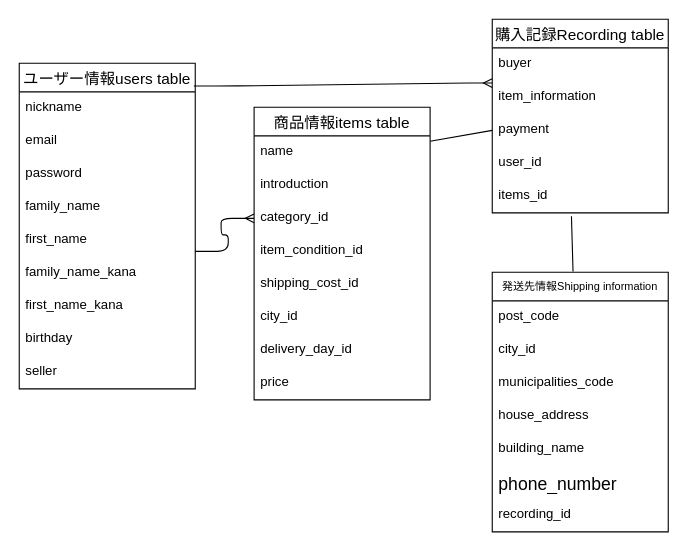
The draw.io diagram ER.dio in yuri050/furima-37329, before the edit. Source tidied: cells renumbered, new cells numbered last; positions are measured from the earlier drawing's top-left corner, leaving out a move shared by most shapes. Both pictures are drawn from the tidied source at 110%, with x=0, y=0 at pixel (19, 19).
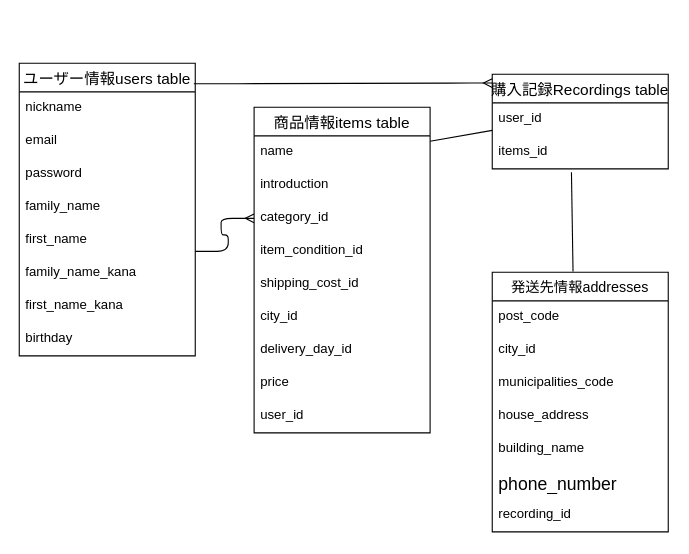
Above is the later version.

Commit message (it also covers changes not shown here):
データベース設計 #3 （修正３

The change refers to these unchanged cells:
```xml
<mxCell id="13" value="name" style="text;strokeColor=none;fillColor=none;spacingLeft=4;spacingRight=4;overflow=hidden;points=[[0,0.5],[1,0.5]];portConstraint=eastwest;fontSize=12;" parent="12" vertex="1">
  <mxGeometry y="26" width="160" height="30" as="geometry" />
</mxCell>
```

What changed in the source:
```diff
@@
     <mxCell id="2" value="ユーザー情報users table" style="swimlane;fontStyle=0;horizontal=1;startSize=26;align=center;fontSize=14;" parent="1" vertex="1">
-      <mxGeometry y="40" width="160" height="296" as="geometry" />
+      <mxGeometry y="40" width="160" height="266" as="geometry" />
     </mxCell>
@@
-    <mxCell id="11" value="seller" style="text;strokeColor=none;fillColor=none;spacingLeft=4;spacingRight=4;overflow=hidden;fontSize=12;" parent="2" vertex="1">
-      <mxGeometry y="266" width="160" height="30" as="geometry" />
-    </mxCell>
     <mxCell id="12" value="商品情報items table" style="swimlane;fontStyle=0;horizontal=1;startSize=26;align=center;fontSize=14;" parent="1" vertex="1">
-      <mxGeometry x="213.5" y="80" width="160" height="266" as="geometry" />
+      <mxGeometry x="213.5" y="80" width="160" height="296" as="geometry" />
     </mxCell>
@@
+    <mxCell id="39" value="user_id" style="text;strokeColor=none;fillColor=none;spacingLeft=4;spacingRight=4;overflow=hidden;fontSize=12;" parent="12" vertex="1">
+      <mxGeometry y="266" width="160" height="30" as="geometry" />
+    </mxCell>
-    <mxCell id="21" value="購入記録Recording table" style="swimlane;fontStyle=0;horizontal=1;startSize=26;align=center;fontSize=14;" parent="1" vertex="1">
-      <mxGeometry x="430" width="160" height="176" as="geometry" />
+    <mxCell id="21" value="購入記録Recordings table" style="swimlane;fontStyle=0;horizontal=1;startSize=26;align=center;fontSize=14;" parent="1" vertex="1">
+      <mxGeometry x="430" y="50" width="160" height="86" as="geometry" />
     </mxCell>
-    <mxCell id="22" value="buyer" style="text;strokeColor=none;fillColor=none;spacingLeft=4;spacingRight=4;overflow=hidden;fontSize=12;" parent="21" vertex="1">
-      <mxGeometry y="26" width="160" height="30" as="geometry" />
-    </mxCell>
-    <mxCell id="23" value="item_information" style="text;strokeColor=none;fillColor=none;spacingLeft=4;spacingRight=4;overflow=hidden;fontSize=12;" parent="21" vertex="1">
-      <mxGeometry y="56" width="160" height="30" as="geometry" />
-    </mxCell>
-    <mxCell id="24" value="payment" style="text;strokeColor=none;fillColor=none;spacingLeft=4;spacingRight=4;overflow=hidden;points=[[0,0.5],[1,0.5]];portConstraint=eastwest;fontSize=12;" parent="21" vertex="1">
-      <mxGeometry y="86" width="160" height="30" as="geometry" />
-    </mxCell>
     <mxCell id="25" value="user_id" style="text;strokeColor=none;fillColor=none;spacingLeft=4;spacingRight=4;overflow=hidden;fontSize=12;" parent="21" vertex="1">
-      <mxGeometry y="116" width="160" height="30" as="geometry" />
+      <mxGeometry y="26" width="160" height="30" as="geometry" />
     </mxCell>
     <mxCell id="26" value="items_id" style="text;strokeColor=none;fillColor=none;spacingLeft=4;spacingRight=4;overflow=hidden;points=[[0,0.5],[1,0.5]];portConstraint=eastwest;fontSize=12;" parent="21" vertex="1">
-      <mxGeometry y="146" width="160" height="30" as="geometry" />
+      <mxGeometry y="56" width="160" height="30" as="geometry" />
     </mxCell>
-    <mxCell id="27" value="発送先情報Shipping information" style="swimlane;fontStyle=0;horizontal=1;startSize=26;align=center;fontSize=10;" parent="1" vertex="1">
+    <mxCell id="27" value="発送先情報addresses" style="swimlane;fontStyle=0;horizontal=1;startSize=26;align=center;fontSize=13;" parent="1" vertex="1">
       <mxGeometry x="430" y="230" width="160" height="236" as="geometry" />
     </mxCell>
@@
-    <mxCell id="37" style="endArrow=none;html=1;rounded=0;entryX=0;entryY=0.5;entryDx=0;entryDy=0;exitX=1;exitY=0.162;exitDx=0;exitDy=0;exitPerimeter=0;" parent="1" edge="1" source="13" target="24">
-      <mxGeometry relative="1" as="geometry" />
+    <mxCell id="37" style="endArrow=none;html=1;rounded=0;entryX=0;entryY=0.5;entryDx=0;entryDy=0;exitX=1;exitY=0.162;exitDx=0;exitDy=0;exitPerimeter=0;" parent="1" edge="1" source="13">
+      <mxGeometry relative="1" as="geometry">
+        <mxPoint x="430" y="101" as="targetPoint" />
+      </mxGeometry>
     </mxCell>
```
